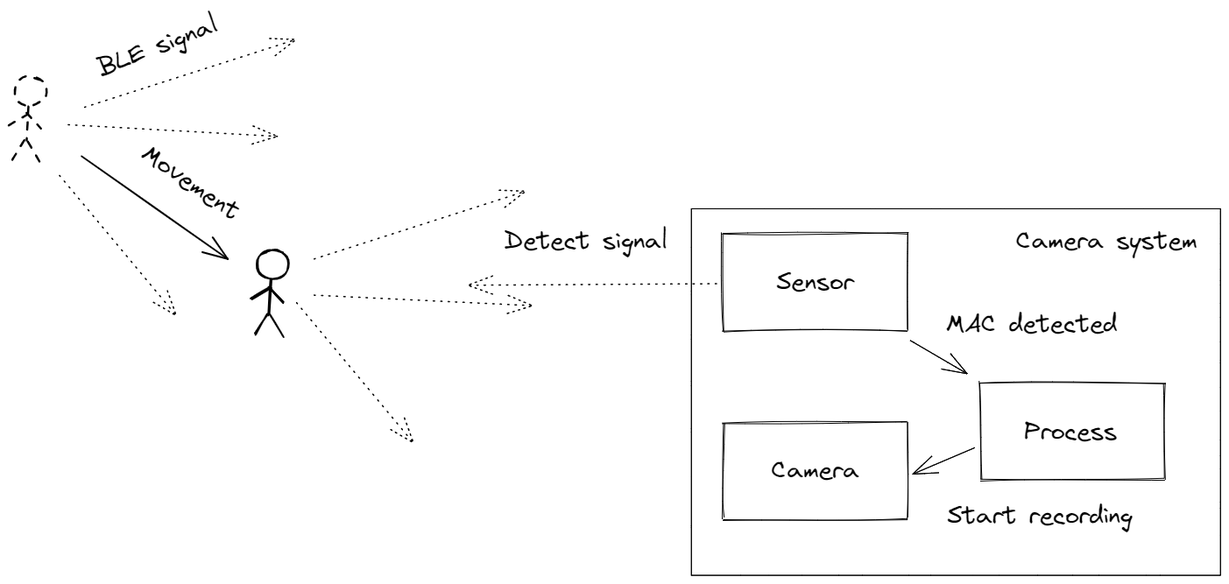
Earlier version of the Excalidraw export docs/detection.excalidraw.png (ttu/multi-camera-system). Source tidied: one line per element, renumbered; positions are measured from the earlier drawing's top-left corner, leaving out a move shared by most shapes. Its diagram source:
```json
{"id": 0, "type": "rectangle", "strokeColor": "#000000", "strokeWidth": 1, "roughness": 1, "x": 1109, "y": 402, "width": 211, "height": 111}
{"id": 1, "type": "ellipse", "strokeColor": "#000000", "strokeWidth": 2, "roughness": 1, "x": 283, "y": 250, "width": 36, "height": 33}
{"id": 2, "type": "line", "strokeColor": "#000000", "backgroundColor": "#ced4da", "fillStyle": "solid", "strokeWidth": 2, "roughness": 1, "x": 299, "y": 283, "width": 2, "height": 40, "points": [[0, 0], [-2, 40]]}
{"id": 3, "type": "line", "strokeColor": "#000000", "backgroundColor": "#ced4da", "fillStyle": "solid", "strokeWidth": 2, "roughness": 1, "x": 297, "y": 325, "width": 16, "height": 25, "points": [[0, 0], [16, 25]]}
{"id": 4, "type": "line", "strokeColor": "#000000", "backgroundColor": "#ced4da", "fillStyle": "solid", "strokeWidth": 2, "roughness": 1, "x": 294, "y": 324, "width": 14, "height": 23, "points": [[0, 0], [-14, 23]]}
{"id": 5, "type": "line", "strokeColor": "#000000", "backgroundColor": "#ced4da", "fillStyle": "solid", "strokeWidth": 2, "roughness": 1, "x": 277, "y": 306, "width": 21, "height": 14, "points": [[0, 0], [21, -14]]}
{"id": 6, "type": "line", "strokeColor": "#000000", "backgroundColor": "#ced4da", "fillStyle": "solid", "strokeWidth": 2, "roughness": 1, "x": 297, "y": 292, "width": 15, "height": 18, "points": [[0, 0], [15, 18]]}
{"id": 7, "type": "arrow", "strokeColor": "#000000", "backgroundColor": "#228be6", "fillStyle": "hachure", "strokeWidth": 1, "strokeStyle": "dotted", "roughness": 0, "endArrowhead": "arrow", "x": 328, "y": 310, "width": 133, "height": 160, "points": [[0, 0], [133, 160]]}
{"id": 8, "type": "text", "text": "BLE signal", "strokeColor": "#000000", "angle": 5.91, "backgroundColor": "#228be6", "fillStyle": "hachure", "strokeWidth": 1, "roughness": 0, "fontSize": 28, "fontFamily": 1, "x": 97, "y": 0, "width": 146, "height": 35}
{"id": 9, "type": "arrow", "strokeColor": "#000000", "backgroundColor": "#228be6", "fillStyle": "hachure", "strokeWidth": 1, "strokeStyle": "dotted", "roughness": 0, "endArrowhead": "arrow", "x": 348, "y": 302, "width": 249, "height": 12, "points": [[0, 0], [249, 12]]}
{"id": 10, "type": "arrow", "strokeColor": "#000000", "backgroundColor": "#228be6", "fillStyle": "hachure", "strokeWidth": 1, "strokeStyle": "dotted", "roughness": 0, "endArrowhead": "arrow", "x": 348, "y": 260, "width": 241, "height": 77, "points": [[0, 0], [241, -77]]}
{"id": 11, "type": "text", "text": "Process", "strokeColor": "#000000", "strokeWidth": 1, "roughness": 1, "fontSize": 28, "fontFamily": 1, "textAlign": "center", "x": 1158, "y": 440, "width": 108, "height": 35}
{"id": 12, "type": "arrow", "strokeColor": "#000000", "backgroundColor": "#228be6", "fillStyle": "hachure", "strokeWidth": 1, "strokeStyle": "dotted", "roughness": 0, "endArrowhead": "arrow", "from": 15, "x": 807, "y": 289, "width": 284, "height": 2, "points": [[0, 0], [-284, 2]]}
{"id": 13, "type": "text", "text": "Detect signal", "strokeColor": "#000000", "backgroundColor": "#228be6", "fillStyle": "hachure", "strokeWidth": 1, "roughness": 0, "fontSize": 28, "fontFamily": 1, "x": 565, "y": 223, "width": 189, "height": 35}
{"id": 14, "type": "text", "text": "MAC detected", "strokeColor": "#000000", "backgroundColor": "#228be6", "fillStyle": "hachure", "strokeWidth": 1, "roughness": 0, "fontSize": 28, "fontFamily": 1, "x": 1069, "y": 318, "width": 197, "height": 35}
{"id": 15, "type": "rectangle", "strokeColor": "#000000", "strokeWidth": 1, "roughness": 1, "x": 815, "y": 232, "width": 211, "height": 111}
{"id": 16, "type": "text", "text": "Sensor", "strokeColor": "#000000", "backgroundColor": "#228be6", "fillStyle": "hachure", "strokeWidth": 1, "strokeStyle": "dotted", "roughness": 0, "fontSize": 28, "fontFamily": 1, "textAlign": "center", "verticalAlign": "middle", "inside": 15, "x": 875, "y": 270, "width": 90, "height": 35}
{"id": 17, "type": "arrow", "strokeColor": "#000000", "backgroundColor": "#228be6", "fillStyle": "hachure", "strokeWidth": 1, "roughness": 0, "endArrowhead": "arrow", "from": 15, "to": 0, "x": 1028, "y": 353, "width": 65, "height": 38, "points": [[0, 0], [65, 38]]}
{"id": 18, "type": "text", "text": "Start recording", "strokeColor": "#000000", "backgroundColor": "#228be6", "fillStyle": "hachure", "strokeWidth": 1, "roughness": 0, "fontSize": 28, "fontFamily": 1, "x": 1071, "y": 537, "width": 214, "height": 35}
{"id": 19, "type": "rectangle", "strokeColor": "#000000", "strokeWidth": 1, "roughness": 0, "x": 779, "y": 203, "width": 604, "height": 419}
{"id": 20, "type": "rectangle", "strokeColor": "#000000", "strokeWidth": 1, "roughness": 1, "x": 815, "y": 447, "width": 211, "height": 111}
{"id": 21, "type": "text", "text": "Camera", "strokeColor": "#000000", "backgroundColor": "#228be6", "fillStyle": "hachure", "strokeWidth": 1, "strokeStyle": "dotted", "roughness": 0, "fontSize": 28, "fontFamily": 1, "textAlign": "center", "verticalAlign": "middle", "inside": 20, "x": 869, "y": 485, "width": 102, "height": 35}
{"id": 22, "type": "arrow", "strokeColor": "#000000", "backgroundColor": "#228be6", "fillStyle": "hachure", "strokeWidth": 1, "roughness": 0, "endArrowhead": "arrow", "from": 0, "to": 20, "x": 1102, "y": 476, "width": 71, "height": 30, "points": [[0, 0], [-71, 30]]}
{"id": 23, "type": "arrow", "strokeColor": "#000000", "strokeWidth": 2, "roughness": 0, "endArrowhead": "arrow", "x": 83, "y": 143, "width": 167, "height": 117, "points": [[0, 0], [83, 59], [167, 117]]}
{"id": 24, "type": "ellipse", "strokeColor": "#000000", "strokeWidth": 2, "strokeStyle": "dashed", "roughness": 1, "x": 6, "y": 52, "width": 36, "height": 33}
{"id": 25, "type": "line", "strokeColor": "#000000", "backgroundColor": "#ced4da", "fillStyle": "solid", "strokeWidth": 2, "strokeStyle": "dashed", "roughness": 1, "x": 22, "y": 85, "width": 2, "height": 40, "points": [[0, 0], [-2, 40]]}
{"id": 26, "type": "line", "strokeColor": "#000000", "backgroundColor": "#ced4da", "fillStyle": "solid", "strokeWidth": 2, "strokeStyle": "dashed", "roughness": 1, "x": 20, "y": 127, "width": 16, "height": 25, "points": [[0, 0], [16, 25]]}
{"id": 27, "type": "line", "strokeColor": "#000000", "backgroundColor": "#ced4da", "fillStyle": "solid", "strokeWidth": 2, "strokeStyle": "dashed", "roughness": 1, "x": 17, "y": 126, "width": 14, "height": 23, "points": [[0, 0], [-14, 23]]}
{"id": 28, "type": "line", "strokeColor": "#000000", "backgroundColor": "#ced4da", "fillStyle": "solid", "strokeWidth": 2, "strokeStyle": "dashed", "roughness": 1, "x": 0, "y": 108, "width": 21, "height": 14, "points": [[0, 0], [21, -14]]}
{"id": 29, "type": "line", "strokeColor": "#000000", "backgroundColor": "#ced4da", "fillStyle": "solid", "strokeWidth": 2, "strokeStyle": "dashed", "roughness": 1, "x": 20, "y": 95, "width": 15, "height": 18, "points": [[0, 0], [15, 18]]}
{"id": 30, "type": "arrow", "strokeColor": "#000000", "backgroundColor": "#228be6", "fillStyle": "hachure", "strokeWidth": 1, "strokeStyle": "dotted", "roughness": 0, "endArrowhead": "arrow", "x": 86, "y": 87, "width": 241, "height": 77, "points": [[0, 0], [241, -77]]}
{"id": 31, "type": "arrow", "strokeColor": "#000000", "backgroundColor": "#228be6", "fillStyle": "hachure", "strokeWidth": 1, "strokeStyle": "dotted", "roughness": 0, "endArrowhead": "arrow", "x": 57, "y": 165, "width": 133, "height": 160, "points": [[0, 0], [133, 160]]}
{"id": 32, "type": "arrow", "strokeColor": "#000000", "backgroundColor": "#228be6", "fillStyle": "hachure", "strokeWidth": 1, "strokeStyle": "dotted", "roughness": 0, "endArrowhead": "arrow", "x": 67, "y": 107, "width": 239, "height": 13, "points": [[0, 0], [239, 13]]}
{"id": 33, "type": "text", "text": "Movement", "strokeColor": "#000000", "angle": 0.6, "strokeWidth": 4, "strokeStyle": "dashed", "roughness": 0, "fontSize": 28, "fontFamily": 1, "x": 142, "y": 157, "width": 131, "height": 35}
{"id": 34, "type": "text", "text": "Camera system", "strokeColor": "#000000", "strokeWidth": 2, "roughness": 0, "fontSize": 28, "fontFamily": 1, "x": 1149, "y": 223, "width": 209, "height": 35}
```
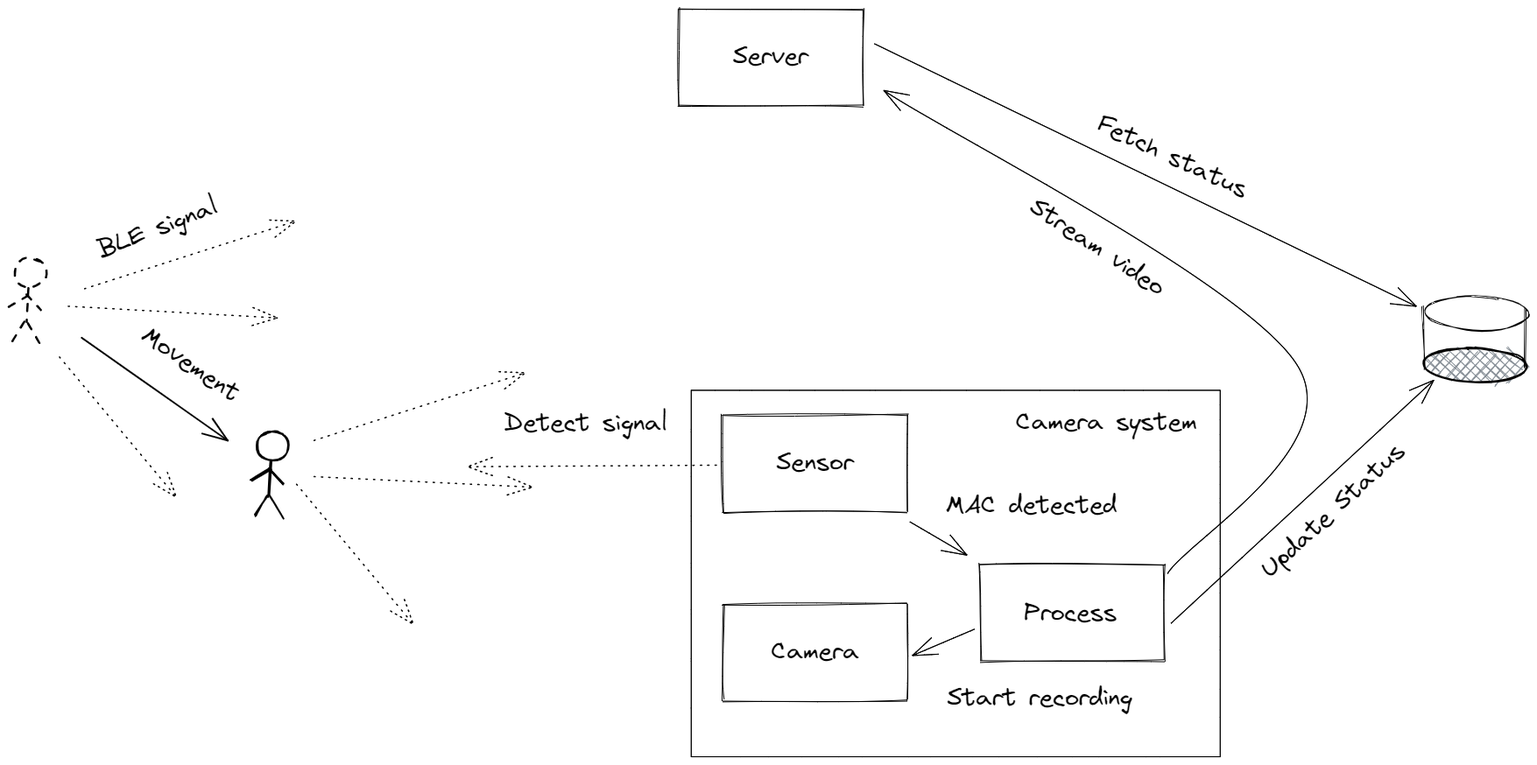
Later version of the same file.

Commit message:
Set camera running on server start. Fix status events.

Diff of the diagram source:
```diff
@@ -33,3 +33,15 @@
 {"id": 32, "type": "arrow", "strokeColor": "#000000", "backgroundColor": "#228be6", "fillStyle": "hachure", "strokeWidth": 1, "strokeStyle": "dotted", "roughness": 0, "endArrowhead": "arrow", "x": 67, "y": 107, "width": 239, "height": 13, "points": [[0, 0], [239, 13]]}
 {"id": 33, "type": "text", "text": "Movement", "strokeColor": "#000000", "angle": 0.6, "strokeWidth": 4, "strokeStyle": "dashed", "roughness": 0, "fontSize": 28, "fontFamily": 1, "x": 142, "y": 157, "width": 131, "height": 35}
 {"id": 34, "type": "text", "text": "Camera system", "strokeColor": "#000000", "strokeWidth": 2, "roughness": 0, "fontSize": 28, "fontFamily": 1, "x": 1149, "y": 223, "width": 209, "height": 35}
+{"id": 35, "type": "rectangle", "strokeColor": "#000000", "strokeWidth": 1, "roughness": 1, "x": 764, "y": -233, "width": 211, "height": 111}
+{"id": 36, "type": "text", "text": "Server", "strokeColor": "#000000", "backgroundColor": "#228be6", "fillStyle": "hachure", "strokeWidth": 1, "strokeStyle": "dotted", "roughness": 0, "fontSize": 28, "fontFamily": 1, "textAlign": "center", "verticalAlign": "middle", "inside": 35, "x": 825, "y": -195, "width": 88, "height": 35}
+{"id": 37, "type": "text", "text": "Update Status", "strokeColor": "#000000", "angle": 5.53, "strokeWidth": 2, "roughness": 0, "fontSize": 28, "fontFamily": 1, "x": 1405, "y": 322, "width": 214, "height": 35}
+{"id": 38, "type": "ellipse", "strokeColor": "#000000", "angle": 0.03, "strokeWidth": 1, "roughness": 1, "x": 1616, "y": 96, "width": 118, "height": 39}
+{"id": 39, "type": "ellipse", "strokeColor": "#000000", "angle": 0.03, "backgroundColor": "#868e96", "fillStyle": "cross-hatch", "strokeWidth": 2, "roughness": 1, "x": 1614, "y": 155, "width": 118, "height": 39}
+{"id": 40, "type": "line", "strokeColor": "#000000", "angle": 0.03, "strokeWidth": 1, "roughness": 1, "x": 1613, "y": 108, "width": 5, "height": 71, "points": [[0, 0], [5, 71]]}
+{"id": 41, "type": "line", "strokeColor": "#000000", "angle": 0.03, "strokeWidth": 1, "roughness": 1, "x": 1731, "y": 110, "width": 2, "height": 66, "points": [[0, 0], [2, 66]]}
+{"id": 42, "type": "arrow", "strokeColor": "#000000", "strokeWidth": 1, "roughness": 0, "endArrowhead": "arrow", "from": 0, "to": 39, "x": 1326, "y": 469, "width": 300, "height": 278, "points": [[0, 0], [300, -278]]}
+{"id": 43, "type": "arrow", "strokeColor": "#000000", "strokeWidth": 1, "roughness": 0, "endArrowhead": "arrow", "from": 35, "to": 38, "x": 988, "y": -193, "width": 619, "height": 300, "points": [[0, 0], [619, 300]]}
+{"id": 44, "type": "text", "text": "Fetch status", "strokeColor": "#000000", "angle": 0.44, "strokeWidth": 2, "roughness": 0, "fontSize": 28, "fontFamily": 1, "x": 1235, "y": -80, "width": 188, "height": 35}
+{"id": 45, "type": "arrow", "strokeColor": "#000000", "strokeWidth": 1, "roughness": 0, "endArrowhead": "arrow", "from": 0, "to": 35, "x": 1322, "y": 413, "width": 473, "height": 552, "points": [[0, 0], [149, -236], [-324, -552]]}
+{"id": 46, "type": "text", "text": "Stream video", "strokeColor": "#000000", "angle": 0.58, "strokeWidth": 2, "roughness": 0, "fontSize": 28, "fontFamily": 1, "x": 1153, "y": 23, "width": 180, "height": 35}
```
